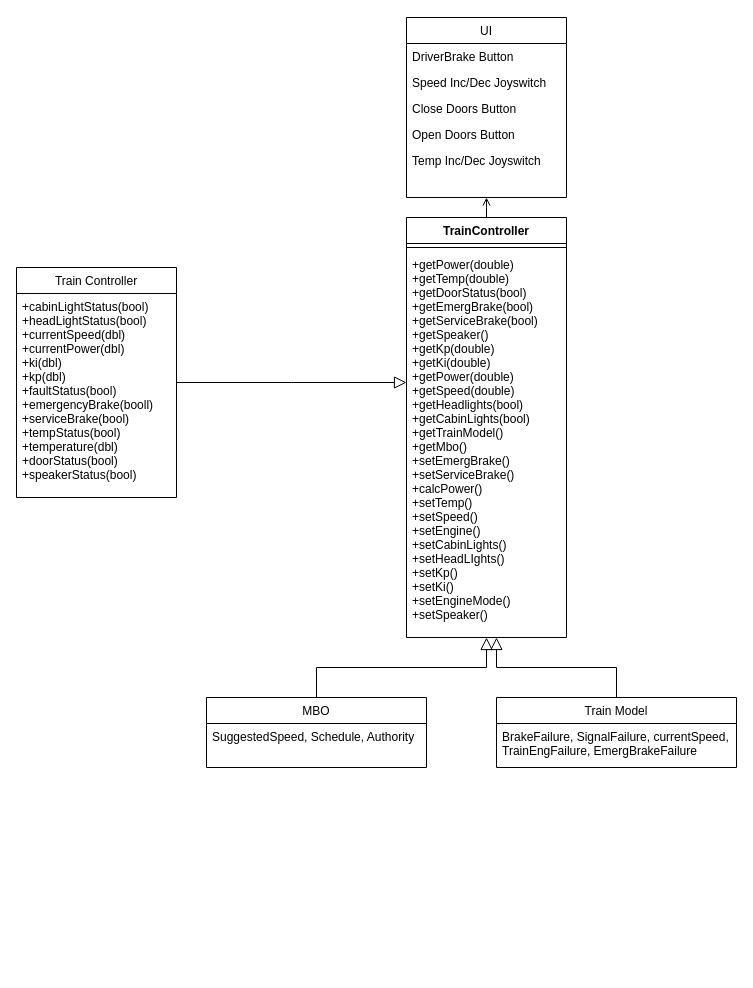
This is TrainController/HWClassDiagram.drawio from PenguinMesssiah/train-system, a draw.io file, before an edit. Source tidied: cells renumbered, new cells numbered last; positions are measured from the earlier drawing's top-left corner, leaving out a move shared by most shapes. Both pictures are drawn from the tidied source at 100%, with x=0, y=0 at pixel (16, 17).
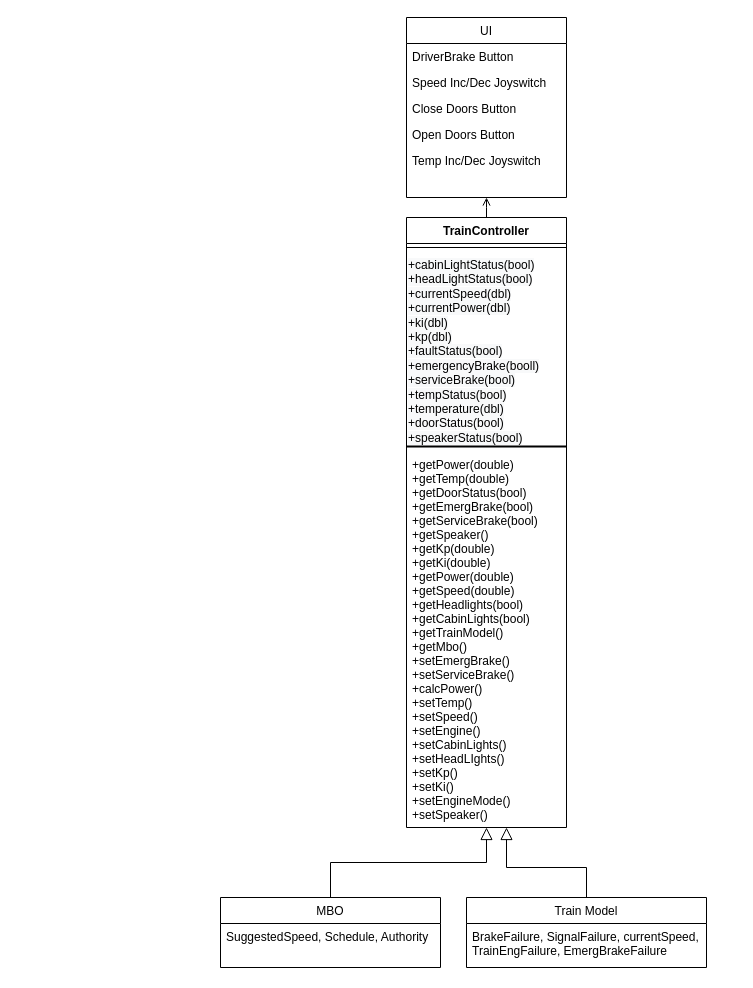
The same diagram, later.

Commit message (it also covers changes not shown here):
Rename Class Diagram

What changed in the source:
```diff
@@
     <mxCell id="2" value="TrainController" style="swimlane;fontStyle=1;align=center;verticalAlign=top;horizontal=1;startSize=26;rounded=0;shadow=0;strokeWidth=1;" parent="1" vertex="1">
-      <mxGeometry x="390" y="200" width="160" height="420" as="geometry" />
+      <mxGeometry x="390" y="200" width="160" height="610" as="geometry" />
     </mxCell>
@@
+    <mxCell id="6" value="&lt;span style=&quot;color: rgb(0, 0, 0); font-family: helvetica; font-size: 12px; font-style: normal; font-weight: 400; letter-spacing: normal; text-align: left; text-indent: 0px; text-transform: none; word-spacing: 0px; background-color: rgb(248, 249, 250); display: inline; float: none;&quot;&gt;+cabinLightStatus(bool)&lt;/span&gt;&lt;br style=&quot;padding: 0px; margin: 0px; color: rgb(0, 0, 0); font-family: helvetica; font-size: 12px; font-style: normal; font-weight: 400; letter-spacing: normal; text-align: left; text-indent: 0px; text-transform: none; word-spacing: 0px; background-color: rgb(248, 249, 250);&quot;&gt;&lt;span style=&quot;color: rgb(0, 0, 0); font-family: helvetica; font-size: 12px; font-style: normal; font-weight: 400; letter-spacing: normal; text-align: left; text-indent: 0px; text-transform: none; word-spacing: 0px; background-color: rgb(248, 249, 250); display: inline; float: none;&quot;&gt;+headLightStatus(bool)&lt;/span&gt;&lt;br style=&quot;padding: 0px; margin: 0px; color: rgb(0, 0, 0); font-family: helvetica; font-size: 12px; font-style: normal; font-weight: 400; letter-spacing: normal; text-align: left; text-indent: 0px; text-transform: none; word-spacing: 0px; background-color: rgb(248, 249, 250);&quot;&gt;&lt;span style=&quot;color: rgb(0, 0, 0); font-family: helvetica; font-size: 12px; font-style: normal; font-weight: 400; letter-spacing: normal; text-align: left; text-indent: 0px; text-transform: none; word-spacing: 0px; background-color: rgb(248, 249, 250); display: inline; float: none;&quot;&gt;+currentSpeed(dbl)&lt;/span&gt;&lt;br style=&quot;padding: 0px; margin: 0px; color: rgb(0, 0, 0); font-family: helvetica; font-size: 12px; font-style: normal; font-weight: 400; letter-spacing: normal; text-align: left; text-indent: 0px; text-transform: none; word-spacing: 0px; background-color: rgb(248, 249, 250);&quot;&gt;&lt;span style=&quot;color: rgb(0, 0, 0); font-family: helvetica; font-size: 12px; font-style: normal; font-weight: 400; letter-spacing: normal; text-align: left; text-indent: 0px; text-transform: none; word-spacing: 0px; background-color: rgb(248, 249, 250); display: inline; float: none;&quot;&gt;+currentPower(dbl)&lt;/span&gt;&lt;br style=&quot;padding: 0px; margin: 0px; color: rgb(0, 0, 0); font-family: helvetica; font-size: 12px; font-style: normal; font-weight: 400; letter-spacing: normal; text-align: left; text-indent: 0px; text-transform: none; word-spacing: 0px; background-color: rgb(248, 249, 250);&quot;&gt;&lt;span style=&quot;color: rgb(0, 0, 0); font-family: helvetica; font-size: 12px; font-style: normal; font-weight: 400; letter-spacing: normal; text-align: left; text-indent: 0px; text-transform: none; word-spacing: 0px; background-color: rgb(248, 249, 250); display: inline; float: none;&quot;&gt;+ki(dbl)&lt;/span&gt;&lt;br style=&quot;padding: 0px; margin: 0px; color: rgb(0, 0, 0); font-family: helvetica; font-size: 12px; font-style: normal; font-weight: 400; letter-spacing: normal; text-align: left; text-indent: 0px; text-transform: none; word-spacing: 0px; background-color: rgb(248, 249, 250);&quot;&gt;&lt;span style=&quot;color: rgb(0, 0, 0); font-family: helvetica; font-size: 12px; font-style: normal; font-weight: 400; letter-spacing: normal; text-align: left; text-indent: 0px; text-transform: none; word-spacing: 0px; background-color: rgb(248, 249, 250); display: inline; float: none;&quot;&gt;+kp(dbl)&lt;/span&gt;&lt;br style=&quot;padding: 0px; margin: 0px; color: rgb(0, 0, 0); font-family: helvetica; font-size: 12px; font-style: normal; font-weight: 400; letter-spacing: normal; text-align: left; text-indent: 0px; text-transform: none; word-spacing: 0px; background-color: rgb(248, 249, 250);&quot;&gt;&lt;span style=&quot;color: rgb(0, 0, 0); font-family: helvetica; font-size: 12px; font-style: normal; font-weight: 400; letter-spacing: normal; text-align: left; text-indent: 0px; text-transform: none; word-spacing: 0px; background-color: rgb(248, 249, 250); display: inline; float: none;&quot;&gt;+faultStatus(bool)&lt;/span&gt;&lt;br style=&quot;padding: 0px; margin: 0px; color: rgb(0, 0, 0); font-family: helvetica; font-size: 12px; font-style: normal; font-weight: 400; letter-spacing: normal; text-align: left; text-indent: 0px; text-transform: none; word-spacing: 0px; background-color: rgb(248, 249, 250);&quot;&gt;&lt;span style=&quot;color: rgb(0, 0, 0); font-family: helvetica; font-size: 12px; font-style: normal; font-weight: 400; letter-spacing: normal; text-align: left; text-indent: 0px; text-transform: none; word-spacing: 0px; background-color: rgb(248, 249, 250); display: inline; float: none;&quot;&gt;+emergencyBrake(booll)&lt;/span&gt;&lt;br style=&quot;padding: 0px; margin: 0px; color: rgb(0, 0, 0); font-family: helvetica; font-size: 12px; font-style: normal; font-weight: 400; letter-spacing: normal; text-align: left; text-indent: 0px; text-transform: none; word-spacing: 0px; background-color: rgb(248, 249, 250);&quot;&gt;&lt;span style=&quot;color: rgb(0, 0, 0); font-family: helvetica; font-size: 12px; font-style: normal; font-weight: 400; letter-spacing: normal; text-align: left; text-indent: 0px; text-transform: none; word-spacing: 0px; background-color: rgb(248, 249, 250); display: inline; float: none;&quot;&gt;+serviceBrake(bool)&lt;/span&gt;&lt;br style=&quot;padding: 0px; margin: 0px; color: rgb(0, 0, 0); font-family: helvetica; font-size: 12px; font-style: normal; font-weight: 400; letter-spacing: normal; text-align: left; text-indent: 0px; text-transform: none; word-spacing: 0px; background-color: rgb(248, 249, 250);&quot;&gt;&lt;span style=&quot;color: rgb(0, 0, 0); font-family: helvetica; font-size: 12px; font-style: normal; font-weight: 400; letter-spacing: normal; text-align: left; text-indent: 0px; text-transform: none; word-spacing: 0px; background-color: rgb(248, 249, 250); display: inline; float: none;&quot;&gt;+tempStatus(bool)&lt;/span&gt;&lt;br style=&quot;padding: 0px; margin: 0px; color: rgb(0, 0, 0); font-family: helvetica; font-size: 12px; font-style: normal; font-weight: 400; letter-spacing: normal; text-align: left; text-indent: 0px; text-transform: none; word-spacing: 0px; background-color: rgb(248, 249, 250);&quot;&gt;&lt;span style=&quot;color: rgb(0, 0, 0); font-family: helvetica; font-size: 12px; font-style: normal; font-weight: 400; letter-spacing: normal; text-align: left; text-indent: 0px; text-transform: none; word-spacing: 0px; background-color: rgb(248, 249, 250); display: inline; float: none;&quot;&gt;+temperature(dbl)&lt;/span&gt;&lt;br style=&quot;padding: 0px; margin: 0px; color: rgb(0, 0, 0); font-family: helvetica; font-size: 12px; font-style: normal; font-weight: 400; letter-spacing: normal; text-align: left; text-indent: 0px; text-transform: none; word-spacing: 0px; background-color: rgb(248, 249, 250);&quot;&gt;&lt;span style=&quot;color: rgb(0, 0, 0); font-family: helvetica; font-size: 12px; font-style: normal; font-weight: 400; letter-spacing: normal; text-align: left; text-indent: 0px; text-transform: none; word-spacing: 0px; background-color: rgb(248, 249, 250); display: inline; float: none;&quot;&gt;+doorStatus(bool)&lt;/span&gt;&lt;br style=&quot;padding: 0px; margin: 0px; color: rgb(0, 0, 0); font-family: helvetica; font-size: 12px; font-style: normal; font-weight: 400; letter-spacing: normal; text-align: left; text-indent: 0px; text-transform: none; word-spacing: 0px; background-color: rgb(248, 249, 250);&quot;&gt;&lt;span style=&quot;color: rgb(0, 0, 0); font-family: helvetica; font-size: 12px; font-style: normal; font-weight: 400; letter-spacing: normal; text-align: left; text-indent: 0px; text-transform: none; word-spacing: 0px; background-color: rgb(248, 249, 250); display: inline; float: none;&quot;&gt;+speakerStatus(bool)&lt;/span&gt;" style="text;whiteSpace=wrap;html=1;" parent="2" vertex="1">
+      <mxGeometry y="34" width="160" height="190" as="geometry" />
+    </mxCell>
+    <mxCell id="21" style="line;strokeWidth=2;html=1;" parent="2" vertex="1">
+      <mxGeometry y="224" width="160" height="10" as="geometry" />
+    </mxCell>
     <mxCell id="4" value="+getPower(double)&#10;+getTemp(double)&#10;+getDoorStatus(bool)&#10;+getEmergBrake(bool)&#10;+getServiceBrake(bool)&#10;+getSpeaker()&#10;+getKp(double)&#10;+getKi(double)&#10;+getPower(double)&#10;+getSpeed(double)&#10;+getHeadlights(bool)&#10;+getCabinLights(bool)&#10;+getTrainModel()&#10;+getMbo()&#10;+setEmergBrake()&#10;+setServiceBrake()&#10;+calcPower()&#10;+setTemp()&#10;+setSpeed()&#10;+setEngine()&#10;+setCabinLights()&#10;+setHeadLIghts()&#10;+setKp()&#10;+setKi()&#10;+setEngineMode()&#10;+setSpeaker()" style="text;align=left;verticalAlign=top;spacingLeft=4;spacingRight=4;overflow=hidden;" parent="2" vertex="1">
-      <mxGeometry y="34" width="160" height="376" as="geometry" />
+      <mxGeometry y="234" width="160" height="376" as="geometry" />
     </mxCell>
-    <mxCell id="5" value="Train Controller" style="swimlane;fontStyle=0;align=center;verticalAlign=top;horizontal=1;startSize=26;rounded=0;shadow=0;strokeWidth=1;" parent="1" vertex="1">
-      <mxGeometry y="250" width="160" height="230" as="geometry" />
-    </mxCell>
-    <mxCell id="6" value="+cabinLightStatus(bool)&#10;+headLightStatus(bool)&#10;+currentSpeed(dbl)&#10;+currentPower(dbl)&#10;+ki(dbl)&#10;+kp(dbl)&#10;+faultStatus(bool)&#10;+emergencyBrake(booll)&#10;+serviceBrake(bool)&#10;+tempStatus(bool)&#10;+temperature(dbl)&#10;+doorStatus(bool)&#10;+speakerStatus(bool)" style="text;align=left;verticalAlign=top;spacingLeft=4;spacingRight=4;overflow=hidden;rounded=0;shadow=0;html=0;" parent="5" vertex="1">
-      <mxGeometry y="26" width="160" height="194" as="geometry" />
-    </mxCell>
-    <mxCell id="7" style="endArrow=block;endSize=10;endFill=0;shadow=0;strokeWidth=1;rounded=0;edgeStyle=elbowEdgeStyle;elbow=vertical;" parent="1" edge="1" source="5" target="2">
-      <mxGeometry relative="1" as="geometry" />
-    </mxCell>
     <mxCell id="8" value="MBO" style="swimlane;fontStyle=0;align=center;verticalAlign=top;horizontal=1;startSize=26;rounded=0;shadow=0;strokeWidth=1;" parent="1" vertex="1">
-      <mxGeometry x="190" y="680" width="220" height="70" as="geometry" />
+      <mxGeometry x="204" y="880" width="220" height="70" as="geometry" />
     </mxCell>
@@
     <mxCell id="17" value="Train Model" style="swimlane;fontStyle=0;align=center;verticalAlign=top;horizontal=1;startSize=26;rounded=0;shadow=0;strokeWidth=1;" parent="1" vertex="1">
-      <mxGeometry x="480" y="680" width="240" height="70" as="geometry" />
+      <mxGeometry x="450" y="880" width="240" height="70" as="geometry" />
     </mxCell>
@@
     <mxCell id="20" style="endArrow=block;endSize=10;endFill=0;shadow=0;strokeWidth=1;rounded=0;edgeStyle=elbowEdgeStyle;elbow=vertical;exitX=0.5;exitY=0;exitDx=0;exitDy=0;" parent="1" edge="1" source="17">
       <mxGeometry relative="1" as="geometry">
-        <mxPoint x="480" y="620" as="targetPoint" />
+        <mxPoint x="490" y="810" as="targetPoint" />
         <Array as="points">
+          <mxPoint x="530" y="850" />
           <mxPoint x="540" y="650" />
         </Array>
       </mxGeometry>
     </mxCell>
```
